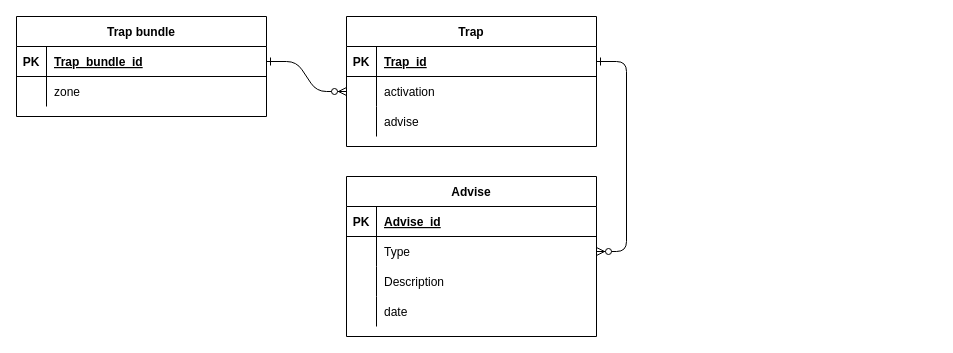
Above: ERM IoT.drawio in EmergenBis/emergenbis-iot-backend (draw.io), before the change. Source tidied: cells renumbered, new cells numbered last; positions are measured from the earlier drawing's top-left corner, leaving out a move shared by most shapes. Both pictures are drawn from the tidied source at 100%, with x=0, y=0 at pixel (16, 16).
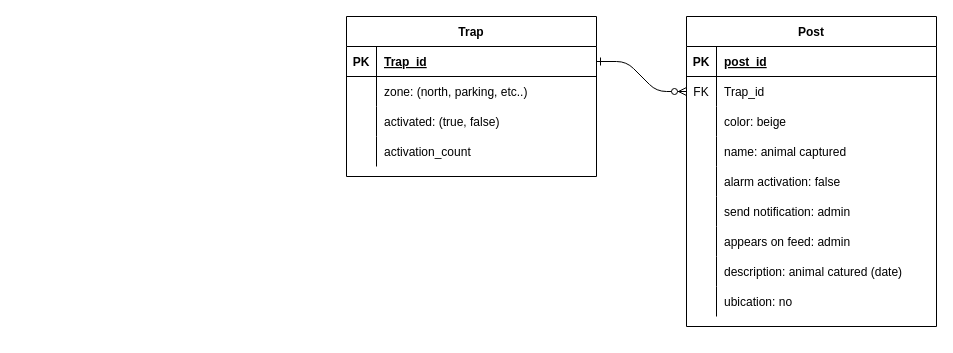
The same diagram, later.

The change refers to these unchanged cells:
```xml
<mxCell id="5" style="shape=partialRectangle;fillColor=none;points=[[0,0.5],[1,0.5]];portConstraint=eastwest;top=0;left=0;right=0;bottom=1;" parent="4" vertex="1">
  <mxGeometry y="30" width="250" height="30" as="geometry" />
</mxCell>
<mxCell id="8" style="shape=partialRectangle;fillColor=none;points=[[0,0.5],[1,0.5]];portConstraint=eastwest;top=0;left=0;right=0;bottom=0;" parent="4" vertex="1">
  <mxGeometry y="60" width="250" height="30" as="geometry" />
</mxCell>
```

Diff of the diagram source:
```diff
@@
-    <mxCell id="2" style="edgeStyle=entityRelationEdgeStyle;endArrow=ERzeroToMany;startArrow=ERone;endFill=1;startFill=0;" parent="1" edge="1" source="28" target="8">
-      <mxGeometry relative="1" as="geometry" />
-    </mxCell>
-    <mxCell id="3" style="edgeStyle=entityRelationEdgeStyle;endArrow=ERzeroToMany;startArrow=ERone;endFill=1;startFill=0;" parent="1" edge="1" source="5" target="18">
+    <mxCell id="3" style="edgeStyle=entityRelationEdgeStyle;endArrow=ERzeroToMany;startArrow=ERone;endFill=1;startFill=0;entryX=0;entryY=0.5;entryDx=0;entryDy=0;" parent="1" edge="1" source="5" target="44">
       <mxGeometry relative="1" as="geometry" />
     </mxCell>
     <mxCell id="4" value="Trap" style="shape=table;startSize=30;childLayout=tableLayout;rowLines=0;fontStyle=1;align=center;" parent="1" vertex="1">
-      <mxGeometry x="330" width="250" height="130" as="geometry" />
+      <mxGeometry x="330" width="250" height="160" as="geometry" />
     </mxCell>
@@
-    <mxCell id="10" value="activation" style="shape=partialRectangle;overflow=hidden;fillColor=none;top=0;left=0;bottom=0;right=0;align=left;spacingLeft=6;" parent="8" vertex="1">
+    <mxCell id="10" value="zone: (north, parking, etc..)" style="shape=partialRectangle;overflow=hidden;fillColor=none;top=0;left=0;bottom=0;right=0;align=left;spacingLeft=6;" parent="8" vertex="1">
       <mxGeometry x="30" width="220" height="30" as="geometry" />
     </mxCell>
-    <mxCell id="11" style="shape=partialRectangle;fillColor=none;top=0;left=0;right=0;bottom=0;" parent="4" vertex="1">
-      <mxGeometry y="90" width="250" height="30" as="geometry" />
-    </mxCell>
-    <mxCell id="12" style="shape=partialRectangle;overflow=hidden;fillColor=none;top=0;left=0;bottom=0;right=0;" parent="11" vertex="1">
-      <mxGeometry width="30" height="30" as="geometry" />
-    </mxCell>
-    <mxCell id="13" value="advise" style="shape=partialRectangle;overflow=hidden;fillColor=none;top=0;left=0;bottom=0;right=0;align=left;spacingLeft=6;" parent="11" vertex="1">
-      <mxGeometry x="30" width="220" height="30" as="geometry" />
-    </mxCell>
-    <mxCell id="14" value="Advise" style="shape=table;startSize=30;childLayout=tableLayout;rowLines=0;fontStyle=1;align=center;" parent="1" vertex="1">
-      <mxGeometry x="330" y="160" width="250" height="160" as="geometry" />
-    </mxCell>
-    <mxCell id="15" style="shape=partialRectangle;fillColor=none;top=0;left=0;right=0;bottom=1;" parent="14" vertex="1">
-      <mxGeometry y="30" width="250" height="30" as="geometry" />
-    </mxCell>
-    <mxCell id="16" value="PK" style="shape=partialRectangle;overflow=hidden;fillColor=none;top=0;left=0;bottom=0;right=0;fontStyle=1;" parent="15" vertex="1">
-      <mxGeometry width="30" height="30" as="geometry" />
-    </mxCell>
-    <mxCell id="17" value="Advise_id" style="shape=partialRectangle;overflow=hidden;fillColor=none;top=0;left=0;bottom=0;right=0;align=left;spacingLeft=6;fontStyle=5;" parent="15" vertex="1">
-      <mxGeometry x="30" width="220" height="30" as="geometry" />
-    </mxCell>
-    <mxCell id="18" style="shape=partialRectangle;fillColor=none;points=[[0,0.5],[1,0.5]];portConstraint=eastwest;top=0;left=0;right=0;bottom=0;" parent="14" vertex="1">
-      <mxGeometry y="60" width="250" height="30" as="geometry" />
-    </mxCell>
-    <mxCell id="19" style="shape=partialRectangle;overflow=hidden;fillColor=none;top=0;left=0;bottom=0;right=0;" parent="18" vertex="1">
-      <mxGeometry width="30" height="30" as="geometry" />
-    </mxCell>
-    <mxCell id="20" value="Type" style="shape=partialRectangle;overflow=hidden;fillColor=none;top=0;left=0;bottom=0;right=0;align=left;spacingLeft=6;" parent="18" vertex="1">
-      <mxGeometry x="30" width="220" height="30" as="geometry" />
-    </mxCell>
-    <mxCell id="21" style="shape=partialRectangle;fillColor=none;top=0;left=0;right=0;bottom=0;" parent="14" vertex="1">
-      <mxGeometry y="90" width="250" height="30" as="geometry" />
-    </mxCell>
-    <mxCell id="22" style="shape=partialRectangle;overflow=hidden;fillColor=none;top=0;left=0;bottom=0;right=0;" parent="21" vertex="1">
-      <mxGeometry width="30" height="30" as="geometry" />
-    </mxCell>
-    <mxCell id="23" value="Description" style="shape=partialRectangle;overflow=hidden;fillColor=none;top=0;left=0;bottom=0;right=0;align=left;spacingLeft=6;" parent="21" vertex="1">
-      <mxGeometry x="30" width="220" height="30" as="geometry" />
-    </mxCell>
-    <mxCell id="24" style="shape=partialRectangle;fillColor=none;top=0;left=0;right=0;bottom=0;" parent="14" vertex="1">
-      <mxGeometry y="120" width="250" height="30" as="geometry" />
-    </mxCell>
-    <mxCell id="25" style="shape=partialRectangle;overflow=hidden;fillColor=none;top=0;left=0;bottom=0;right=0;" parent="24" vertex="1">
-      <mxGeometry width="30" height="30" as="geometry" />
-    </mxCell>
-    <mxCell id="26" value="date" style="shape=partialRectangle;overflow=hidden;fillColor=none;top=0;left=0;bottom=0;right=0;align=left;spacingLeft=6;" parent="24" vertex="1">
-      <mxGeometry x="30" width="220" height="30" as="geometry" />
-    </mxCell>
-    <mxCell id="27" value="Trap bundle" style="shape=table;startSize=30;childLayout=tableLayout;rowLines=0;fontStyle=1;align=center;" parent="1" vertex="1">
-      <mxGeometry width="250" height="100" as="geometry" />
-    </mxCell>
-    <mxCell id="28" style="shape=partialRectangle;fillColor=none;points=[[0,0.5],[1,0.5]];portConstraint=eastwest;top=0;left=0;right=0;bottom=1;" parent="27" vertex="1">
-      <mxGeometry y="30" width="250" height="30" as="geometry" />
-    </mxCell>
-    <mxCell id="29" value="PK" style="shape=partialRectangle;overflow=hidden;fillColor=none;top=0;left=0;bottom=0;right=0;fontStyle=1;" parent="28" vertex="1">
-      <mxGeometry width="30" height="30" as="geometry" />
-    </mxCell>
-    <mxCell id="30" value="Trap_bundle_id" style="shape=partialRectangle;overflow=hidden;fillColor=none;top=0;left=0;bottom=0;right=0;align=left;spacingLeft=6;fontStyle=5;" parent="28" vertex="1">
-      <mxGeometry x="30" width="220" height="30" as="geometry" />
-    </mxCell>
-    <mxCell id="31" style="shape=partialRectangle;fillColor=none;top=0;left=0;right=0;bottom=0;" parent="27" vertex="1">
-      <mxGeometry y="60" width="250" height="30" as="geometry" />
-    </mxCell>
-    <mxCell id="32" style="shape=partialRectangle;overflow=hidden;fillColor=none;top=0;left=0;bottom=0;right=0;" parent="31" vertex="1">
-      <mxGeometry width="30" height="30" as="geometry" />
-    </mxCell>
-    <mxCell id="33" value="zone" style="shape=partialRectangle;overflow=hidden;fillColor=none;top=0;left=0;bottom=0;right=0;align=left;spacingLeft=6;" parent="31" vertex="1">
-      <mxGeometry x="30" width="220" height="30" as="geometry" />
-    </mxCell>
+    <mxCell id="34" style="shape=partialRectangle;fillColor=none;top=0;left=0;right=0;bottom=0;" parent="4" vertex="1">
+      <mxGeometry y="90" width="250" height="30" as="geometry" />
+    </mxCell>
+    <mxCell id="35" style="shape=partialRectangle;overflow=hidden;fillColor=none;top=0;left=0;bottom=0;right=0;" parent="34" vertex="1">
+      <mxGeometry width="30" height="30" as="geometry" />
+    </mxCell>
+    <mxCell id="36" value="activated: (true, false)" style="shape=partialRectangle;overflow=hidden;fillColor=none;top=0;left=0;bottom=0;right=0;align=left;spacingLeft=6;" parent="34" vertex="1">
+      <mxGeometry x="30" width="220" height="30" as="geometry" />
+    </mxCell>
+    <mxCell id="37" style="shape=partialRectangle;fillColor=none;top=0;left=0;right=0;bottom=0;" parent="4" vertex="1">
+      <mxGeometry y="120" width="250" height="30" as="geometry" />
+    </mxCell>
+    <mxCell id="38" style="shape=partialRectangle;overflow=hidden;fillColor=none;top=0;left=0;bottom=0;right=0;" parent="37" vertex="1">
+      <mxGeometry width="30" height="30" as="geometry" />
+    </mxCell>
+    <mxCell id="39" value="activation_count" style="shape=partialRectangle;overflow=hidden;fillColor=none;top=0;left=0;bottom=0;right=0;align=left;spacingLeft=6;" parent="37" vertex="1">
+      <mxGeometry x="30" width="220" height="30" as="geometry" />
+    </mxCell>
+    <mxCell id="40" value="Post" style="shape=table;startSize=30;childLayout=tableLayout;rowLines=0;fontStyle=1;align=center;" parent="1" vertex="1">
+      <mxGeometry x="670" width="250" height="310" as="geometry" />
+    </mxCell>
+    <mxCell id="41" style="shape=partialRectangle;fillColor=none;top=0;left=0;right=0;bottom=1;" parent="40" vertex="1">
+      <mxGeometry y="30" width="250" height="30" as="geometry" />
+    </mxCell>
+    <mxCell id="42" value="PK" style="shape=partialRectangle;overflow=hidden;fillColor=none;top=0;left=0;bottom=0;right=0;fontStyle=1;" parent="41" vertex="1">
+      <mxGeometry width="30" height="30" as="geometry" />
+    </mxCell>
+    <mxCell id="43" value="post_id" style="shape=partialRectangle;overflow=hidden;fillColor=none;top=0;left=0;bottom=0;right=0;align=left;spacingLeft=6;fontStyle=5;" parent="41" vertex="1">
+      <mxGeometry x="30" width="220" height="30" as="geometry" />
+    </mxCell>
+    <mxCell id="44" style="shape=partialRectangle;fillColor=none;points=[[0,0.5],[1,0.5]];portConstraint=eastwest;top=0;left=0;right=0;bottom=0;" parent="40" vertex="1">
+      <mxGeometry y="60" width="250" height="30" as="geometry" />
+    </mxCell>
+    <mxCell id="45" value="FK" style="shape=partialRectangle;overflow=hidden;fillColor=none;top=0;left=0;bottom=0;right=0;" parent="44" vertex="1">
+      <mxGeometry width="30" height="30" as="geometry" />
+    </mxCell>
+    <mxCell id="46" value="Trap_id" style="shape=partialRectangle;overflow=hidden;fillColor=none;top=0;left=0;bottom=0;right=0;align=left;spacingLeft=6;" parent="44" vertex="1">
+      <mxGeometry x="30" width="220" height="30" as="geometry" />
+    </mxCell>
+    <mxCell id="47" style="shape=partialRectangle;fillColor=none;top=0;left=0;right=0;bottom=0;" parent="40" vertex="1">
+      <mxGeometry y="90" width="250" height="30" as="geometry" />
+    </mxCell>
+    <mxCell id="48" style="shape=partialRectangle;overflow=hidden;fillColor=none;top=0;left=0;bottom=0;right=0;" parent="47" vertex="1">
+      <mxGeometry width="30" height="30" as="geometry" />
+    </mxCell>
+    <mxCell id="49" value="color: beige" style="shape=partialRectangle;overflow=hidden;fillColor=none;top=0;left=0;bottom=0;right=0;align=left;spacingLeft=6;" parent="47" vertex="1">
+      <mxGeometry x="30" width="220" height="30" as="geometry" />
+    </mxCell>
+    <mxCell id="50" style="shape=partialRectangle;fillColor=none;top=0;left=0;right=0;bottom=0;" parent="40" vertex="1">
+      <mxGeometry y="120" width="250" height="30" as="geometry" />
+    </mxCell>
+    <mxCell id="51" style="shape=partialRectangle;overflow=hidden;fillColor=none;top=0;left=0;bottom=0;right=0;" parent="50" vertex="1">
+      <mxGeometry width="30" height="30" as="geometry" />
+    </mxCell>
+    <mxCell id="52" value="name: animal captured" style="shape=partialRectangle;overflow=hidden;fillColor=none;top=0;left=0;bottom=0;right=0;align=left;spacingLeft=6;" parent="50" vertex="1">
+      <mxGeometry x="30" width="220" height="30" as="geometry" />
+    </mxCell>
+    <mxCell id="53" style="shape=partialRectangle;fillColor=none;top=0;left=0;right=0;bottom=0;" parent="40" vertex="1">
+      <mxGeometry y="150" width="250" height="30" as="geometry" />
+    </mxCell>
+    <mxCell id="54" style="shape=partialRectangle;overflow=hidden;fillColor=none;top=0;left=0;bottom=0;right=0;" parent="53" vertex="1">
+      <mxGeometry width="30" height="30" as="geometry" />
+    </mxCell>
+    <mxCell id="55" value="alarm activation: false" style="shape=partialRectangle;overflow=hidden;fillColor=none;top=0;left=0;bottom=0;right=0;align=left;spacingLeft=6;" parent="53" vertex="1">
+      <mxGeometry x="30" width="220" height="30" as="geometry" />
+    </mxCell>
+    <mxCell id="56" style="shape=partialRectangle;fillColor=none;top=0;left=0;right=0;bottom=0;" parent="40" vertex="1">
+      <mxGeometry y="180" width="250" height="30" as="geometry" />
+    </mxCell>
+    <mxCell id="57" style="shape=partialRectangle;overflow=hidden;fillColor=none;top=0;left=0;bottom=0;right=0;" parent="56" vertex="1">
+      <mxGeometry width="30" height="30" as="geometry" />
+    </mxCell>
+    <mxCell id="58" value="send notification: admin" style="shape=partialRectangle;overflow=hidden;fillColor=none;top=0;left=0;bottom=0;right=0;align=left;spacingLeft=6;" parent="56" vertex="1">
+      <mxGeometry x="30" width="220" height="30" as="geometry" />
+    </mxCell>
+    <mxCell id="59" style="shape=partialRectangle;fillColor=none;top=0;left=0;right=0;bottom=0;" parent="40" vertex="1">
+      <mxGeometry y="210" width="250" height="30" as="geometry" />
+    </mxCell>
+    <mxCell id="60" style="shape=partialRectangle;overflow=hidden;fillColor=none;top=0;left=0;bottom=0;right=0;" parent="59" vertex="1">
+      <mxGeometry width="30" height="30" as="geometry" />
+    </mxCell>
+    <mxCell id="61" value="appears on feed: admin" style="shape=partialRectangle;overflow=hidden;fillColor=none;top=0;left=0;bottom=0;right=0;align=left;spacingLeft=6;" parent="59" vertex="1">
+      <mxGeometry x="30" width="220" height="30" as="geometry" />
+    </mxCell>
+    <mxCell id="62" style="shape=partialRectangle;fillColor=none;top=0;left=0;right=0;bottom=0;" parent="40" vertex="1">
+      <mxGeometry y="240" width="250" height="30" as="geometry" />
+    </mxCell>
+    <mxCell id="63" style="shape=partialRectangle;overflow=hidden;fillColor=none;top=0;left=0;bottom=0;right=0;" parent="62" vertex="1">
+      <mxGeometry width="30" height="30" as="geometry" />
+    </mxCell>
+    <mxCell id="64" value="description: animal catured (date)" style="shape=partialRectangle;overflow=hidden;fillColor=none;top=0;left=0;bottom=0;right=0;align=left;spacingLeft=6;" parent="62" vertex="1">
+      <mxGeometry x="30" width="220" height="30" as="geometry" />
+    </mxCell>
+    <mxCell id="65" style="shape=partialRectangle;fillColor=none;top=0;left=0;right=0;bottom=0;" parent="40" vertex="1">
+      <mxGeometry y="270" width="250" height="30" as="geometry" />
+    </mxCell>
+    <mxCell id="66" style="shape=partialRectangle;overflow=hidden;fillColor=none;top=0;left=0;bottom=0;right=0;" parent="65" vertex="1">
+      <mxGeometry width="30" height="30" as="geometry" />
+    </mxCell>
+    <mxCell id="67" value="ubication: no" style="shape=partialRectangle;overflow=hidden;fillColor=none;top=0;left=0;bottom=0;right=0;align=left;spacingLeft=6;" parent="65" vertex="1">
+      <mxGeometry x="30" width="220" height="30" as="geometry" />
+    </mxCell>
```
